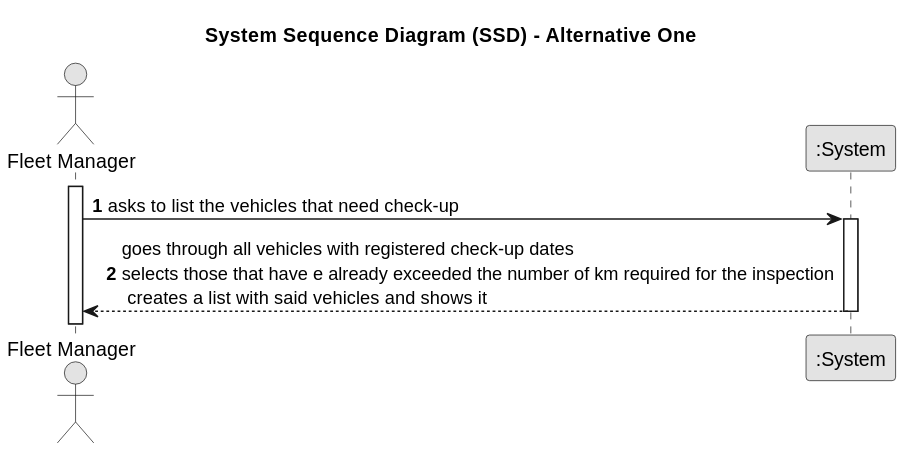
Above: docs/sprint3/us008/01.requirements-engineering/svg/us008-system-sequence-diagram-alternative-one.svg in tiagosoa/lei-24-s2-1dgh-g073 (PlantUML), before the change.
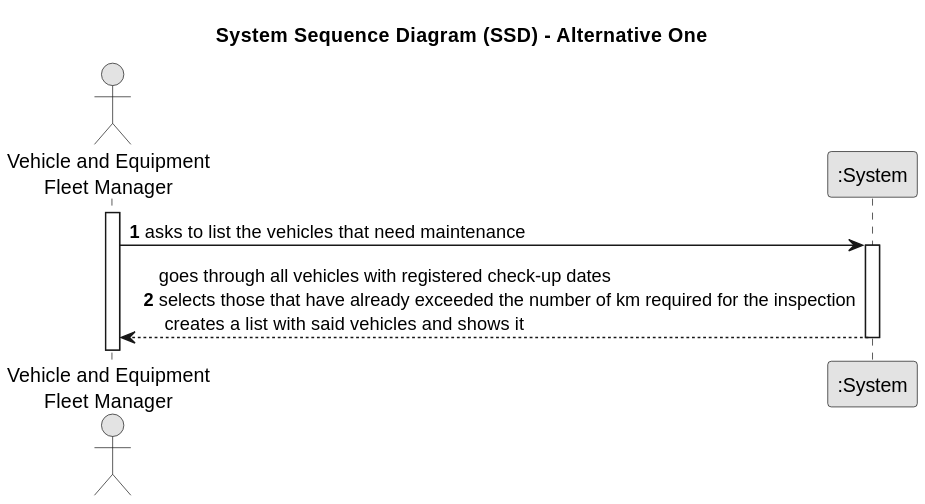
Above is the later version.

Change to the diagram source:
```diff
@@ -7,14 +7,14 @@
 
 autonumber
 
-actor "Fleet Manager" as Employee
+actor "Vehicle and Equipment\nFleet Manager" as Employee
 participant ":System" as System
 
 activate Employee
 
-    Employee -> System : asks to list the vehicles that need check-up
+    Employee -> System : asks to list the vehicles that need maintenance
     activate System
 
-        System --> Employee : goes through all vehicles with registered check-up dates\nselects those that have e already exceeded the number of km required for the inspection\n creates a list with said vehicles and shows it
+        System --> Employee : goes through all vehicles with registered check-up dates\nselects those that have already exceeded the number of km required for the inspection\n creates a list with said vehicles and shows it
     deactivate System
 @enduml
```
